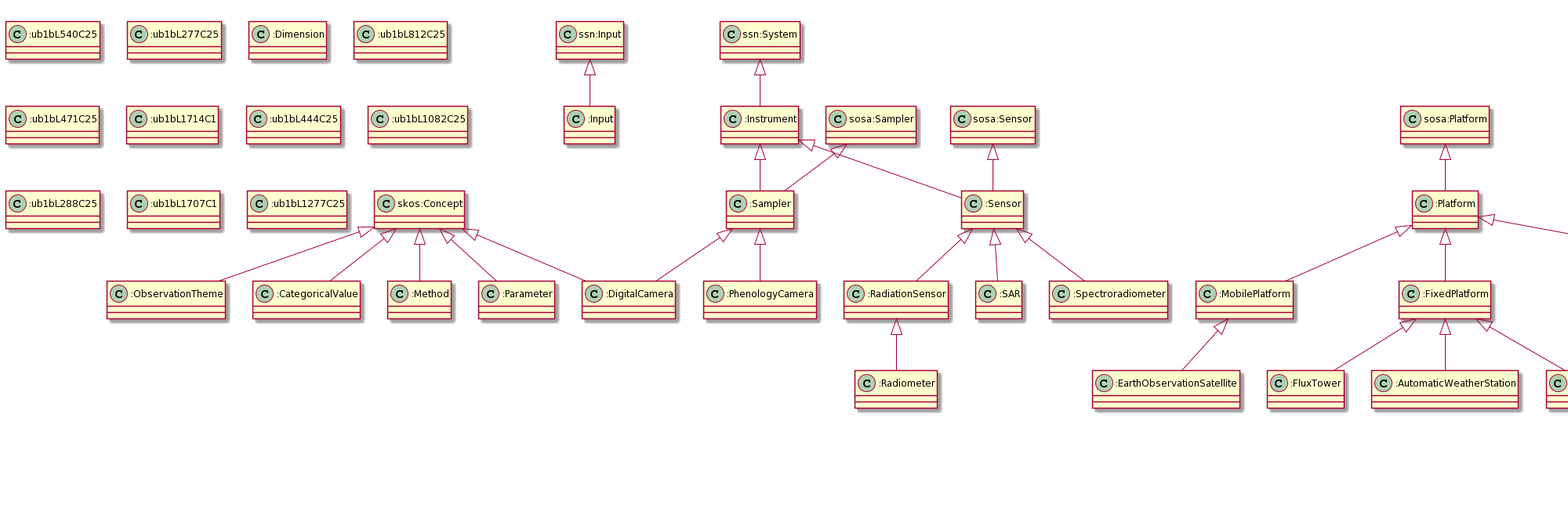
Before: docs/tern.ttl.txt.png, a diagram exported from PlantUML (ternaustralia/ontology_tern).
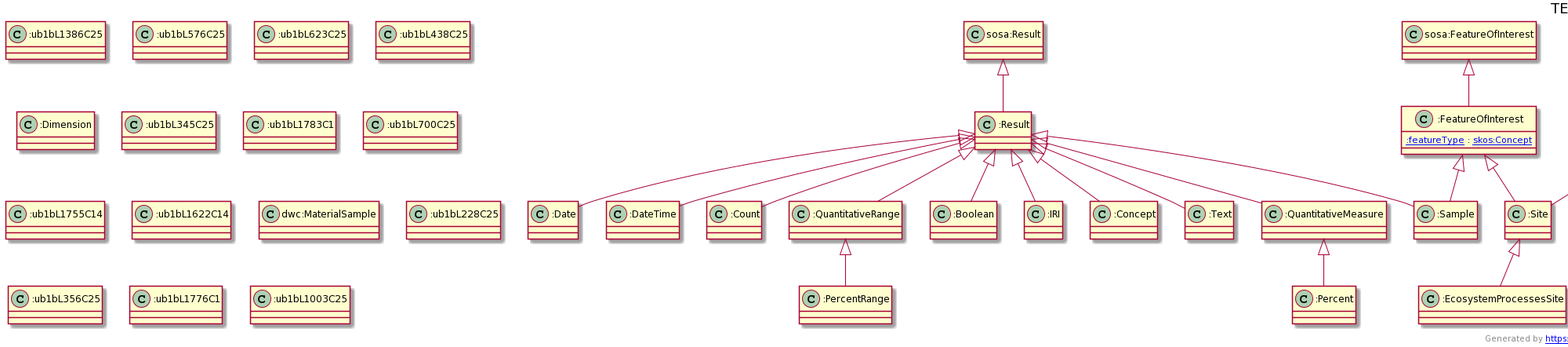
The same diagram one commit later.

What changed in the source:
```diff
@@ -1,183 +1,144 @@
 @startuml
 title TERN Ontology
-"ssn:Input" <|-- ":Input"
-"skos:Concept" <|-- ":CategoricalValue"
-":Site" <|-- ":CORVEGSite"
+":Platform" <|-- ":MobilePlatform"
+":MobilePlatform" <|-- ":EarthObservationSatellite"
+"sosa:FeatureOfInterest" <|-- ":FeatureOfInterest"
+":FixedPlatform" <|-- ":FluxTower"
+":Result" <|-- ":Date"
+"skos:Concept" <|-- ":Method"
 "sosa:ObservableProperty" <|-- ":ObservableProperty"
-"skos:Concept" <|-- ":Method"
-":Site" <|-- ":OEHSite"
+":Result" <|-- ":DateTime"
+":FeatureOfInterest" <|-- ":Site"
+":Platform" <|-- ":Site"
+"sosa:Platform" <|-- ":Platform"
+":Result" <|-- ":Count"
+":Site" <|-- ":EcosystemProcessesSite"
+"prov:Activity" <|-- ":SiteVisit"
+"prov:Activity" <|-- ":Observation"
+"sosa:Observation" <|-- ":Observation"
+":Platform" <|-- ":FixedPlatform"
+":Result" <|-- ":QuantitativeRange"
+"owl:Thing" <|-- ":Attribute"
+"sosa:Procedure" <|-- ":Procedure"
 "sosa:Sensor" <|-- ":Sensor"
 ":Instrument" <|-- ":Sensor"
-":Platform" <|-- ":FixedPlatform"
-":Sample" <|-- ":SiteTaxon"
-":FixedPlatform" <|-- ":CosmOzStation"
-":MobilePlatform" <|-- ":EarthObservationSatellite"
+":Result" <|-- ":Boolean"
+"skos:Concept" <|-- ":Parameter"
+":Result" <|-- ":IRI"
+":QuantitativeRange" <|-- ":PercentRange"
+":Result" <|-- ":Sample"
+":FeatureOfInterest" <|-- ":Sample"
+"ssn:Input" <|-- ":Input"
+":Result" <|-- ":Concept"
+":Result" <|-- ":Text"
+"skos:Concept" <|-- ":CategoricalValue"
+":Result" <|-- ":QuantitativeMeasure"
 "sosa:Result" <|-- ":Result"
-":Point" <|-- ":SamplingPoint"
-":Sensor" <|-- ":RadiationSensor"
-":FixedPlatform" <|-- ":FluxTower"
-":FeatureOfInterest" <|-- ":Sample"
-":Instrument" <|-- ":Sampler"
-"sosa:Sampler" <|-- ":Sampler"
-":RadiationSensor" <|-- ":Radiometer"
-"sosa:FeatureOfInterest" <|-- ":FeatureOfInterest"
-"prov:Activity" <|-- ":Observation"
-"sosa:Observation" <|-- ":Observation"
-":Sensor" <|-- ":SAR"
-"dwc:MaterialSample" <|-- ":PhysicalSpecimen"
-":Sample" <|-- ":PhysicalSpecimen"
-":Result" <|-- ":Concept"
-":Sampler" <|-- ":PhenologyCamera"
-"skos:Concept" <|-- ":Parameter"
-":Site" <|-- ":SuperSite"
-":Sample" <|-- ":Transect"
-":Sample" <|-- ":SoilProfile"
-":Site" <|-- ":EcosystemProcessesSite"
-":Sample" <|-- ":SoilHorizon"
-":Sample" <|-- ":SiteStratumTaxon"
-"prov:Activity" <|-- ":SiteVisit"
-"schema:PropertyValue" <|-- ":PropertyValue"
-":Sample" <|-- ":SiteStratum"
-":Sampler" <|-- ":DigitalCamera"
+"sosa:Sampling" <|-- ":Sampling"
+"prov:Activity" <|-- ":Sampling"
 "skos:Concept" <|-- ":DigitalCamera"
-":Platform" <|-- ":MobilePlatform"
-":SuperSite" <|-- ":AffiliateSuperSite"
-":FixedPlatform" <|-- ":AutomaticWeatherStation"
-"prov:Activity" <|-- ":Sampling"
-"sosa:Sampling" <|-- ":Sampling"
-":Platform" <|-- ":Site"
-":Sample" <|-- ":Site"
-"sosa:FeatureOfInterest" <|-- ":EnvironmentalCharacteristic"
-"sosa:Procedure" <|-- ":Procedure"
 "ssn:System" <|-- ":Instrument"
-"skos:Concept" <|-- ":ObservationTheme"
-"sosa:Platform" <|-- ":Platform"
-":DerivedObservation" <|-- ":TERNDerivedObservation"
-":Sensor" <|-- ":Spectroradiometer"
-":Observation" <|-- ":DerivedObservation"
-":Site" <|-- ":AusPlotsSite"
-Class ":ub1bL540C25" [[ub1bL540C25]] {
+":QuantitativeMeasure" <|-- ":Percent"
+Class ":MobilePlatform" [[https://w3id.org/tern/ontologies/tern/MobilePlatform]] {
 }
-Class ":ub1bL277C25" [[ub1bL277C25]] {
+Class ":EarthObservationSatellite" [[https://w3id.org/tern/ontologies/tern/EarthObservationSatellite]] {
+}
+Class ":ub1bL1386C25" [[ub1bL1386C25]] {
+}
+Class ":FeatureOfInterest" [[https://w3id.org/tern/ontologies/tern/FeatureOfInterest]] {
+[[https://w3id.org/tern/ontologies/tern/featureType :featureType]] : [[http://www.w3.org/2004/02/skos/core#Concept skos:Concept]]
+}
+Class ":FluxTower" [[https://w3id.org/tern/ontologies/tern/FluxTower]] {
+}
+Class ":Date" [[https://w3id.org/tern/ontologies/tern/Date]] {
+}
+Class ":ub1bL576C25" [[ub1bL576C25]] {
+}
+Class ":ub1bL623C25" [[ub1bL623C25]] {
+}
+Class ":ub1bL438C25" [[ub1bL438C25]] {
+}
+Class ":Method" [[https://w3id.org/tern/ontologies/tern/Method]] {
+}
+Class ":Dimension" [[https://w3id.org/tern/ontologies/tern/Dimension]] {
+}
+Class ":ObservableProperty" [[https://w3id.org/tern/ontologies/tern/ObservableProperty]] {
+}
+Class ":DateTime" [[https://w3id.org/tern/ontologies/tern/DateTime]] {
+}
+Class ":ub1bL345C25" [[ub1bL345C25]] {
+}
+Class ":Site" [[https://w3id.org/tern/ontologies/tern/Site]] {
+}
+Class ":Platform" [[https://w3id.org/tern/ontologies/tern/Platform]] {
+}
+Class ":ub1bL1783C1" [[ub1bL1783C1]] {
+}
+Class ":Count" [[https://w3id.org/tern/ontologies/tern/Count]] {
+}
+Class ":EcosystemProcessesSite" [[https://w3id.org/tern/ontologies/tern/EcosystemProcessesSite]] {
+}
+Class ":SiteVisit" [[https://w3id.org/tern/ontologies/tern/SiteVisit]] {
+}
+Class ":ub1bL700C25" [[ub1bL700C25]] {
+}
+Class ":Observation" [[https://w3id.org/tern/ontologies/tern/Observation]] {
+}
+Class ":FixedPlatform" [[https://w3id.org/tern/ontologies/tern/FixedPlatform]] {
+}
+Class ":QuantitativeRange" [[https://w3id.org/tern/ontologies/tern/QuantitativeRange]] {
+}
+Class ":ub1bL1755C14" [[ub1bL1755C14]] {
+}
+Class ":ub1bL1622C14" [[ub1bL1622C14]] {
+}
+Class ":Attribute" [[https://w3id.org/tern/ontologies/tern/Attribute]] {
+}
+Class "dwc:MaterialSample" [[http://rs.tdwg.org/dwc/terms/MaterialSample]] {
+}
+Class ":Procedure" [[https://w3id.org/tern/ontologies/tern/Procedure]] {
+}
+Class ":Sensor" [[https://w3id.org/tern/ontologies/tern/Sensor]] {
+}
+Class ":Boolean" [[https://w3id.org/tern/ontologies/tern/Boolean]] {
+}
+Class ":Concept" [[http://linked.data.gov.au/def/datatype/Concept]] {
+}
+Class ":Parameter" [[https://w3id.org/tern/ontologies/tern/Parameter]] {
+}
+Class ":IRI" [[https://w3id.org/tern/ontologies/tern/IRI]] {
+}
+Class ":PercentRange" [[https://w3id.org/tern/ontologies/tern/PercentRange]] {
+}
+Class ":Sample" [[https://w3id.org/tern/ontologies/tern/Sample]] {
 }
 Class ":Input" [[https://w3id.org/tern/ontologies/tern/Input]] {
 }
+Class ":Concept" [[https://w3id.org/tern/ontologies/tern/Concept]] {
+}
+Class ":ub1bL228C25" [[ub1bL228C25]] {
+}
+Class ":ub1bL356C25" [[ub1bL356C25]] {
+}
+Class ":Text" [[https://w3id.org/tern/ontologies/tern/Text]] {
+}
+Class ":ub1bL1776C1" [[ub1bL1776C1]] {
+}
 Class ":CategoricalValue" [[https://w3id.org/tern/ontologies/tern/CategoricalValue]] {
 }
-Class ":CORVEGSite" [[https://w3id.org/tern/ontologies/tern/CORVEGSite]] {
+Class ":QuantitativeMeasure" [[https://w3id.org/tern/ontologies/tern/QuantitativeMeasure]] {
 }
-Class ":Dimension" [[https://w3id.org/tern/ontologies/tern/Dimension]] {
-}
-Class ":ub1bL812C25" [[ub1bL812C25]] {
-}
-Class ":ObservableProperty" [[https://w3id.org/tern/ontologies/tern/ObservableProperty]] {
-}
-Class ":Method" [[https://w3id.org/tern/ontologies/tern/Method]] {
-}
-Class ":OEHSite" [[https://w3id.org/tern/ontologies/tern/OEHSite]] {
-}
-Class ":ub1bL471C25" [[ub1bL471C25]] {
-}
-Class ":Sensor" [[https://w3id.org/tern/ontologies/tern/Sensor]] {
-}
-Class ":FixedPlatform" [[https://w3id.org/tern/ontologies/tern/FixedPlatform]] {
-}
-Class ":SiteTaxon" [[https://w3id.org/tern/ontologies/tern/SiteTaxon]] {
-}
-Class ":CosmOzStation" [[https://w3id.org/tern/ontologies/tern/CosmOzStation]] {
-}
-Class ":EarthObservationSatellite" [[https://w3id.org/tern/ontologies/tern/EarthObservationSatellite]] {
+Class ":ub1bL1003C25" [[ub1bL1003C25]] {
 }
 Class ":Result" [[https://w3id.org/tern/ontologies/tern/Result]] {
 }
-Class ":SamplingPoint" [[https://w3id.org/tern/ontologies/tern/SamplingPoint]] {
-}
-Class ":RadiationSensor" [[https://w3id.org/tern/ontologies/tern/RadiationSensor]] {
-}
-Class ":ub1bL1714C1" [[ub1bL1714C1]] {
-}
-Class ":FluxTower" [[https://w3id.org/tern/ontologies/tern/FluxTower]] {
-}
-Class ":Sample" [[https://w3id.org/tern/ontologies/tern/Sample]] {
-}
-Class ":Sampler" [[https://w3id.org/tern/ontologies/tern/Sampler]] {
-}
-Class "dwc:MaterialSample" [[http://rs.tdwg.org/dwc/terms/MaterialSample]] {
-}
-Class ":Radiometer" [[https://w3id.org/tern/ontologies/tern/Radiometer]] {
-}
-Class ":FeatureOfInterest" [[https://w3id.org/tern/ontologies/tern/FeatureOfInterest]] {
-}
-Class ":ub1bL444C25" [[ub1bL444C25]] {
-}
-Class ":Observation" [[https://w3id.org/tern/ontologies/tern/Observation]] {
-}
-Class ":SAR" [[https://w3id.org/tern/ontologies/tern/SAR]] {
-}
-Class ":ub1bL1082C25" [[ub1bL1082C25]] {
-}
-Class ":PhysicalSpecimen" [[https://w3id.org/tern/ontologies/tern/PhysicalSpecimen]] {
-}
-Class ":Concept" [[http://linked.data.gov.au/def/datatype/Concept]] {
-}
-Class ":PhenologyCamera" [[https://w3id.org/tern/ontologies/tern/PhenologyCamera]] {
-}
-Class ":Parameter" [[https://w3id.org/tern/ontologies/tern/Parameter]] {
-}
-Class ":SuperSite" [[https://w3id.org/tern/ontologies/tern/SuperSite]] {
-}
-Class ":Transect" [[https://w3id.org/tern/ontologies/tern/Transect]] {
-[[https://w3id.org/tern/ontologies/tern/transectDirection :transectDirection]] : [[http://www.w3.org/2001/XMLSchema#string xsd:string]]
-}
-Class ":SoilProfile" [[https://w3id.org/tern/ontologies/tern/SoilProfile]] {
-}
-Class ":EcosystemProcessesSite" [[https://w3id.org/tern/ontologies/tern/EcosystemProcessesSite]] {
-}
-Class ":SoilHorizon" [[https://w3id.org/tern/ontologies/tern/SoilHorizon]] {
-}
-Class ":SiteStratumTaxon" [[https://w3id.org/tern/ontologies/tern/SiteStratumTaxon]] {
-}
-Class ":SiteVisit" [[https://w3id.org/tern/ontologies/tern/SiteVisit]] {
-}
-Class ":PropertyValue" [[https://w3id.org/tern/ontologies/tern/PropertyValue]] {
-}
-Class ":SiteStratum" [[https://w3id.org/tern/ontologies/tern/SiteStratum]] {
+Class ":Sampling" [[https://w3id.org/tern/ontologies/tern/Sampling]] {
 }
 Class ":DigitalCamera" [[https://w3id.org/tern/ontologies/tern/DigitalCamera]] {
 }
-Class ":ub1bL288C25" [[ub1bL288C25]] {
-}
-Class ":MobilePlatform" [[https://w3id.org/tern/ontologies/tern/MobilePlatform]] {
-}
-Class ":ub1bL1707C1" [[ub1bL1707C1]] {
-}
-Class ":AffiliateSuperSite" [[https://w3id.org/tern/ontologies/tern/AffiliateSuperSite]] {
-}
-Class ":AutomaticWeatherStation" [[https://w3id.org/tern/ontologies/tern/AutomaticWeatherStation]] {
-}
-Class ":Sampling" [[https://w3id.org/tern/ontologies/tern/Sampling]] {
-}
-Class ":Site" [[https://w3id.org/tern/ontologies/tern/Site]] {
-}
-Class ":EnvironmentalCharacteristic" [[https://w3id.org/tern/ontologies/tern/EnvironmentalCharacteristic]] {
-}
-Class ":Procedure" [[https://w3id.org/tern/ontologies/tern/Procedure]] {
-}
 Class ":Instrument" [[https://w3id.org/tern/ontologies/tern/Instrument]] {
 }
-Class ":ub1bL1277C25" [[ub1bL1277C25]] {
-}
-Class ":ObservationTheme" [[https://w3id.org/tern/ontologies/tern/ObservationTheme]] {
-}
-Class ":Platform" [[https://w3id.org/tern/ontologies/tern/Platform]] {
-}
-Class ":TERNDerivedObservation" [[https://w3id.org/tern/ontologies/tern/TERNDerivedObservation]] {
-}
-Class ":Spectroradiometer" [[https://w3id.org/tern/ontologies/tern/Spectroradiometer]] {
-}
-Class ":DerivedObservation" [[https://w3id.org/tern/ontologies/tern/DerivedObservation]] {
-}
-Class ":AusPlotsSite" [[https://w3id.org/tern/ontologies/tern/AusPlotsSite]] {
+Class ":Percent" [[https://w3id.org/tern/ontologies/tern/Percent]] {
 }
 center footer Generated by [[https://github.com/edmondchuc/ontogram https://github.com/edmondchuc/ontogram]]
 @enduml
```
